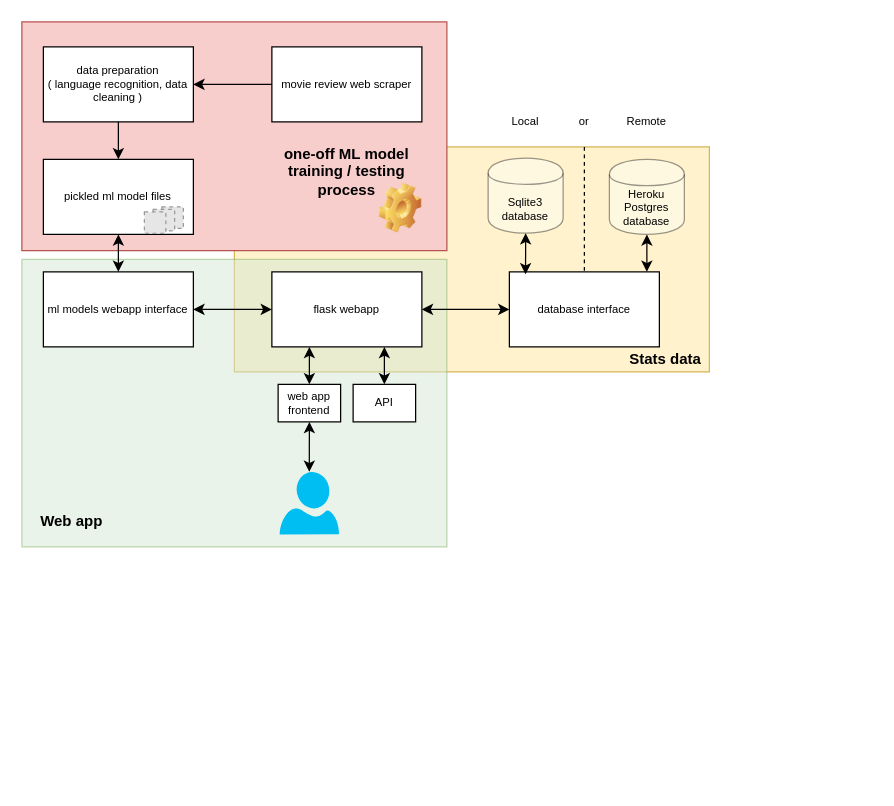
datahappy1/czech_language_sentiment_analyzer keeps this draw.io diagram as docs/img/10000ft_project_overview.drawio. Above is the earlier version. Source tidied: cells renumbered, new cells numbered last; positions are measured from the earlier drawing's top-left corner, leaving out a move shared by most shapes. Both pictures are drawn from the tidied source at 125%, with x=0, y=0 at pixel (21, 21). Pictures stored in the file or linked from it are replaced by grey dashed boxes.
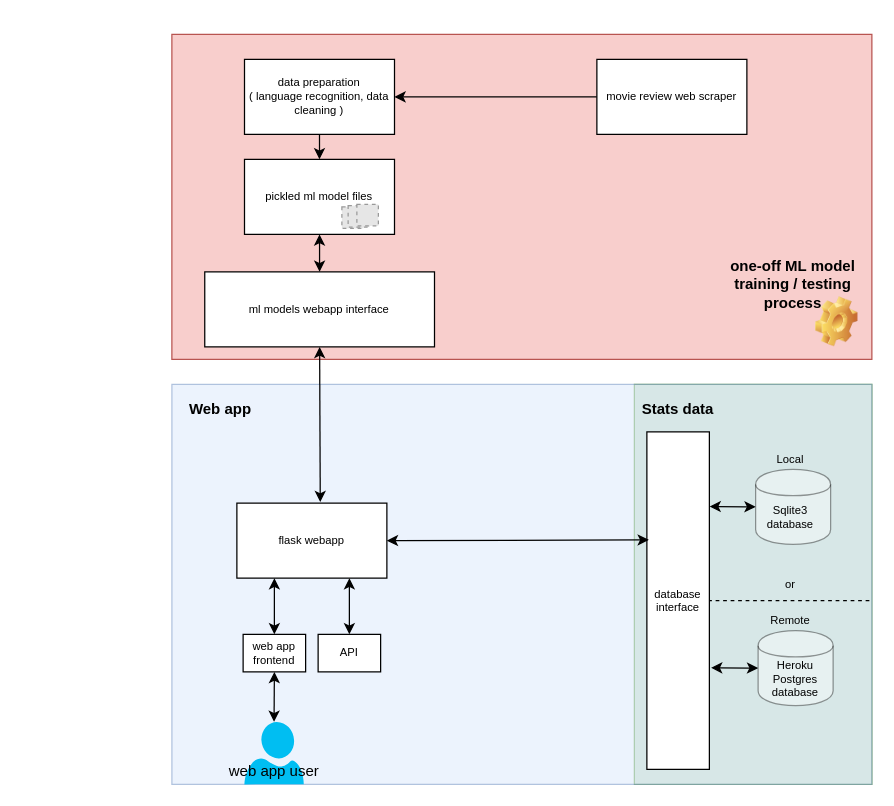
The same diagram, later.

Diff of the diagram source:
```diff
@@
-    <mxCell id="2" style="rounded=0;whiteSpace=wrap;html=1;fontSize=9;align=center;fillColor=#fff2cc;strokeColor=#d6b656;" parent="1" vertex="1">
-      <mxGeometry x="170" y="100" width="380" height="180" as="geometry" />
+    <mxCell id="2" style="rounded=0;whiteSpace=wrap;html=1;fontSize=9;align=center;fillColor=#d5e8d4;strokeColor=#82b366;" parent="1" vertex="1">
+      <mxGeometry x="490" y="290" width="190" height="320" as="geometry" />
     </mxCell>
+    <mxCell id="5" style="rounded=0;whiteSpace=wrap;html=1;fontSize=9;align=center;fillColor=#dae8fc;strokeColor=#6c8ebf;opacity=50;" parent="1" vertex="1">
+      <mxGeometry x="120" y="290" width="560" height="320" as="geometry" />
+    </mxCell>
     <mxCell id="3" style="rounded=0;whiteSpace=wrap;html=1;fontSize=9;align=center;fillColor=#f8cecc;strokeColor=#b85450;" parent="1" vertex="1">
-      <mxGeometry width="340" height="183" as="geometry" />
+      <mxGeometry x="120" y="10" width="560" height="260" as="geometry" />
     </mxCell>
     <mxCell id="4" value="pickled ml model files" style="rounded=0;whiteSpace=wrap;html=1;fontSize=9;align=center;" parent="1" vertex="1">
-      <mxGeometry x="17.2" y="110" width="120" height="60" as="geometry" />
+      <mxGeometry x="178.1" y="110" width="120" height="60" as="geometry" />
     </mxCell>
-    <mxCell id="5" style="rounded=0;whiteSpace=wrap;html=1;fontSize=9;align=center;fillColor=#d5e8d4;strokeColor=#82b366;opacity=50;" parent="1" vertex="1">
-      <mxGeometry y="190" width="340" height="230" as="geometry" />
-    </mxCell>
     <mxCell id="6" value="ml models webapp interface" style="rounded=0;whiteSpace=wrap;html=1;fontSize=9;align=center;" parent="1" vertex="1">
-      <mxGeometry x="17.2" y="200" width="120" height="60" as="geometry" />
+      <mxGeometry x="146.3" y="200" width="183.8" height="60" as="geometry" />
     </mxCell>
     <mxCell id="7" value="flask webapp" style="rounded=0;whiteSpace=wrap;html=1;fontSize=9;align=center;" parent="1" vertex="1">
-      <mxGeometry x="200" y="200" width="120" height="60" as="geometry" />
+      <mxGeometry x="172" y="385" width="120" height="60" as="geometry" />
     </mxCell>
     <mxCell id="8" value="database interface" style="rounded=0;whiteSpace=wrap;html=1;fontSize=9;align=center;" parent="1" vertex="1">
-      <mxGeometry x="390" y="200" width="120" height="60" as="geometry" />
+      <mxGeometry x="500" y="328" width="50" height="270" as="geometry" />
     </mxCell>
     <mxCell id="9" value="data preparation &lt;br&gt;( language recognition, data cleaning )" style="rounded=0;whiteSpace=wrap;html=1;fontSize=9;align=center;" parent="1" vertex="1">
-      <mxGeometry x="17.2" y="20" width="120" height="60" as="geometry" />
+      <mxGeometry x="178.1" y="30" width="120" height="60" as="geometry" />
     </mxCell>
-    <mxCell id="10" style="verticalLabelPosition=bottom;html=1;verticalAlign=top;align=center;strokeColor=none;fillColor=#00BEF2;shape=mxgraph.azure.user;fontSize=9;" parent="1" vertex="1">
-      <mxGeometry x="206.2" y="360" width="47.5" height="50" as="geometry" />
-    </mxCell>
-    <mxCell id="11" style="endArrow=classic;startArrow=classic;html=1;fontSize=9;align=center;exitX=0.5;exitY=0;exitDx=0;exitDy=0;exitPerimeter=0;entryX=0.5;entryY=1;entryDx=0;entryDy=0;" parent="1" edge="1" source="10" target="19">
+    <mxCell id="11" style="endArrow=classic;startArrow=classic;html=1;fontSize=9;align=center;exitX=0.5;exitY=0;exitDx=0;exitDy=0;exitPerimeter=0;entryX=0.5;entryY=1;entryDx=0;entryDy=0;" parent="1" edge="1" source="38" target="19">
       <mxGeometry relative="1" as="geometry" />
     </mxCell>
-    <mxCell id="12" style="endArrow=classic;startArrow=classic;html=1;fontSize=9;align=center;entryX=0;entryY=0.5;entryDx=0;entryDy=0;exitX=1;exitY=0.5;exitDx=0;exitDy=0;" parent="1" edge="1" source="7" target="8">
+    <mxCell id="12" style="endArrow=classic;startArrow=classic;html=1;fontSize=9;align=center;exitX=1;exitY=0.5;exitDx=0;exitDy=0;entryX=0.031;entryY=0.32;entryDx=0;entryDy=0;entryPerimeter=0;" parent="1" edge="1" source="7" target="8">
       <mxGeometry relative="1" as="geometry" />
     </mxCell>
-    <mxCell id="13" style="endArrow=classic;startArrow=classic;html=1;fontSize=9;align=center;exitX=0.108;exitY=0.033;exitDx=0;exitDy=0;entryX=0.5;entryY=1;entryDx=0;entryDy=0;exitPerimeter=0;" parent="1" edge="1" source="8" target="23">
+    <mxCell id="13" style="endArrow=classic;startArrow=classic;html=1;fontSize=9;align=center;entryX=0;entryY=0.5;entryDx=0;entryDy=0;exitX=1.004;exitY=0.221;exitDx=0;exitDy=0;exitPerimeter=0;" parent="1" edge="1" source="8" target="23">
       <mxGeometry relative="1" as="geometry" />
     </mxCell>
-    <mxCell id="14" style="endArrow=classic;startArrow=classic;html=1;fontSize=9;align=center;entryX=0;entryY=0.5;entryDx=0;entryDy=0;exitX=1;exitY=0.5;exitDx=0;exitDy=0;" parent="1" edge="1" source="6" target="7">
+    <mxCell id="14" style="endArrow=classic;startArrow=classic;html=1;fontSize=9;align=center;entryX=0.556;entryY=-0.014;entryDx=0;entryDy=0;exitX=0.5;exitY=1;exitDx=0;exitDy=0;entryPerimeter=0;" parent="1" edge="1" source="6" target="7">
       <mxGeometry relative="1" as="geometry" />
     </mxCell>
@@
-    <mxCell id="17" style="endArrow=classic;html=1;fontSize=9;align=center;exitX=0.255;exitY=0.54;exitDx=0;exitDy=0;exitPerimeter=0;entryX=1;entryY=0.5;entryDx=0;entryDy=0;" parent="1" edge="1" target="9">
-      <mxGeometry relative="1" as="geometry">
-        <mxPoint x="201.2" y="50" as="sourcePoint" />
-      </mxGeometry>
+    <mxCell id="17" style="endArrow=classic;html=1;fontSize=9;align=center;exitX=0;exitY=0.5;exitDx=0;exitDy=0;entryX=1;entryY=0.5;entryDx=0;entryDy=0;" parent="1" edge="1" source="18" target="9">
+      <mxGeometry relative="1" as="geometry" />
     </mxCell>
     <mxCell id="18" value="movie review web scraper" style="rounded=0;whiteSpace=wrap;html=1;fontSize=9;align=center;" parent="1" vertex="1">
-      <mxGeometry x="200" y="20" width="120" height="60" as="geometry" />
+      <mxGeometry x="460" y="30" width="120" height="60" as="geometry" />
     </mxCell>
     <mxCell id="19" value="web app frontend" style="rounded=0;whiteSpace=wrap;html=1;fontSize=9;align=center;" parent="1" vertex="1">
-      <mxGeometry x="205" y="290" width="50" height="30" as="geometry" />
+      <mxGeometry x="177" y="490" width="50" height="30" as="geometry" />
     </mxCell>
     <mxCell id="20" value="API" style="rounded=0;whiteSpace=wrap;html=1;fontSize=9;align=center;" parent="1" vertex="1">
-      <mxGeometry x="265" y="290" width="50" height="30" as="geometry" />
+      <mxGeometry x="237" y="490" width="50" height="30" as="geometry" />
     </mxCell>
@@
     <mxCell id="23" style="shape=cylinder;whiteSpace=wrap;html=1;boundedLbl=1;backgroundOutline=1;fontSize=9;opacity=40;align=center;" parent="1" vertex="1">
-      <mxGeometry x="373" y="109" width="60" height="60" as="geometry" />
+      <mxGeometry x="587" y="358" width="60" height="60" as="geometry" />
     </mxCell>
     <mxCell id="24" value="Sqlite3 database" style="text;html=1;strokeColor=none;fillColor=none;align=center;verticalAlign=middle;whiteSpace=wrap;rounded=0;fontSize=9;opacity=40;" parent="1" vertex="1">
-      <mxGeometry x="383" y="140" width="40" height="20" as="geometry" />
+      <mxGeometry x="595" y="381" width="40" height="29" as="geometry" />
     </mxCell>
-    <mxCell id="25" style="endArrow=classic;startArrow=classic;html=1;fontSize=9;align=center;exitX=0.25;exitY=0;exitDx=0;exitDy=0;entryX=0.5;entryY=1;entryDx=0;entryDy=0;" parent="1" edge="1" target="26">
-      <mxGeometry relative="1" as="geometry">
-        <mxPoint x="500" y="200" as="sourcePoint" />
-      </mxGeometry>
+    <mxCell id="25" style="endArrow=classic;startArrow=classic;html=1;fontSize=9;align=center;entryX=0;entryY=0.5;entryDx=0;entryDy=0;exitX=1.028;exitY=0.699;exitDx=0;exitDy=0;exitPerimeter=0;" parent="1" edge="1" source="8" target="26">
+      <mxGeometry relative="1" as="geometry" />
     </mxCell>
     <mxCell id="26" value="Heroku Postgres database" style="shape=cylinder;whiteSpace=wrap;html=1;boundedLbl=1;backgroundOutline=1;fontSize=9;opacity=40;align=center;" parent="1" vertex="1">
-      <mxGeometry x="470" y="110" width="60" height="60" as="geometry" />
+      <mxGeometry x="589" y="487" width="60" height="60" as="geometry" />
     </mxCell>
-    <mxCell id="27" style="endArrow=none;dashed=1;html=1;fontSize=9;align=center;entryX=0.5;entryY=0;entryDx=0;entryDy=0;" parent="1" edge="1" target="8">
+    <mxCell id="27" style="endArrow=none;dashed=1;html=1;fontSize=9;align=center;entryX=1;entryY=0.5;entryDx=0;entryDy=0;" parent="1" edge="1" target="8">
       <mxGeometry relative="1" as="geometry">
-        <mxPoint x="450" y="100" as="sourcePoint" />
+        <mxPoint x="678" y="463" as="sourcePoint" />
       </mxGeometry>
     </mxCell>
     <mxCell id="28" value="Local" style="text;html=1;strokeColor=none;fillColor=none;align=center;verticalAlign=middle;whiteSpace=wrap;rounded=0;fontSize=9;opacity=40;" parent="1" vertex="1">
-      <mxGeometry x="383" y="70" width="40" height="20" as="geometry" />
+      <mxGeometry x="595" y="340" width="40" height="20" as="geometry" />
     </mxCell>
     <mxCell id="29" value="Remote" style="text;html=1;strokeColor=none;fillColor=none;align=center;verticalAlign=middle;whiteSpace=wrap;rounded=0;fontSize=9;opacity=40;" parent="1" vertex="1">
-      <mxGeometry x="480" y="70" width="40" height="20" as="geometry" />
+      <mxGeometry x="595" y="469.4" width="40" height="20" as="geometry" />
     </mxCell>
     <mxCell id="30" value="or" style="text;html=1;strokeColor=none;fillColor=none;align=center;verticalAlign=middle;whiteSpace=wrap;rounded=0;fontSize=9;" parent="1" vertex="1">
-      <mxGeometry x="430" y="70" width="40" height="20" as="geometry" />
+      <mxGeometry x="595" y="440" width="40" height="20" as="geometry" />
     </mxCell>
     <mxCell id="31" value="one-off ML model training / testing process" style="text;html=1;strokeColor=none;fillColor=none;align=center;verticalAlign=middle;whiteSpace=wrap;rounded=0;fontStyle=1;" parent="1" vertex="1">
-      <mxGeometry x="200" y="110" width="120" height="20" as="geometry" />
+      <mxGeometry x="557" y="200" width="120" height="20" as="geometry" />
     </mxCell>
     <mxCell id="32" style="shape=image;html=1;verticalLabelPosition=bottom;labelBackgroundColor=#ffffff;verticalAlign=top;imageAspect=0;image=img/clipart/Gear_128x128.png;" parent="1" vertex="1">
-      <mxGeometry x="286" y="129" width="34" height="40" as="geometry" />
+      <mxGeometry x="635" y="220" width="34" height="40" as="geometry" />
     </mxCell>
-    <mxCell id="33" style="fillColor=#E6E6E6;strokeColor=#999999;dashed=1;html=1;verticalAlign=top;verticalLabelPosition=bottom;labelBackgroundColor=#ffffff;" parent="1" vertex="1">
-      <mxGeometry x="112" y="148" width="17.2" height="17.2" as="geometry" />
-    </mxCell>
     <mxCell id="34" style="fillColor=#E6E6E6;strokeColor=#999999;dashed=1;html=1;verticalAlign=top;verticalLabelPosition=bottom;labelBackgroundColor=#ffffff;" parent="1" vertex="1">
-      <mxGeometry x="105" y="150" width="17.2" height="17.2" as="geometry" />
+      <mxGeometry x="256" y="148" width="17.2" height="17.2" as="geometry" />
     </mxCell>
     <mxCell id="35" style="fillColor=#E6E6E6;strokeColor=#999999;dashed=1;html=1;verticalAlign=top;verticalLabelPosition=bottom;labelBackgroundColor=#ffffff;" parent="1" vertex="1">
-      <mxGeometry x="98" y="152" width="17.2" height="17.2" as="geometry" />
+      <mxGeometry x="261" y="147" width="17.2" height="17.2" as="geometry" />
     </mxCell>
     <mxCell id="36" value="Stats data" style="text;html=1;strokeColor=none;fillColor=none;align=center;verticalAlign=middle;whiteSpace=wrap;rounded=0;fontSize=12;fontStyle=1;" parent="1" vertex="1">
-      <mxGeometry x="480" y="260" width="70" height="20" as="geometry" />
+      <mxGeometry x="490" y="300" width="70" height="20" as="geometry" />
     </mxCell>
     <mxCell id="37" value="Web app" style="text;html=1;strokeColor=none;fillColor=none;align=center;verticalAlign=middle;whiteSpace=wrap;rounded=0;fontSize=12;fontStyle=1;" parent="1" vertex="1">
-      <mxGeometry x="10" y="390" width="60" height="20" as="geometry" />
+      <mxGeometry x="129.2" y="300" width="60" height="20" as="geometry" />
     </mxCell>
+    <mxCell id="38" style="verticalLabelPosition=bottom;html=1;verticalAlign=top;align=center;strokeColor=none;fillColor=#00BEF2;shape=mxgraph.azure.user;fontSize=9;" parent="1" vertex="1">
+      <mxGeometry x="178" y="560" width="47.5" height="50" as="geometry" />
+    </mxCell>
+    <mxCell id="33" style="fillColor=#E6E6E6;strokeColor=#999999;dashed=1;html=1;verticalAlign=top;verticalLabelPosition=bottom;labelBackgroundColor=#ffffff;" parent="1" vertex="1">
+      <mxGeometry x="268" y="146" width="17.2" height="17.2" as="geometry" />
+    </mxCell>
+    <mxCell id="39" value="web app user" style="text;html=1;strokeColor=none;fillColor=none;align=center;verticalAlign=middle;whiteSpace=wrap;rounded=0;" parent="1" vertex="1">
+      <mxGeometry x="158" y="590" width="88" height="20" as="geometry" />
+    </mxCell>
```
